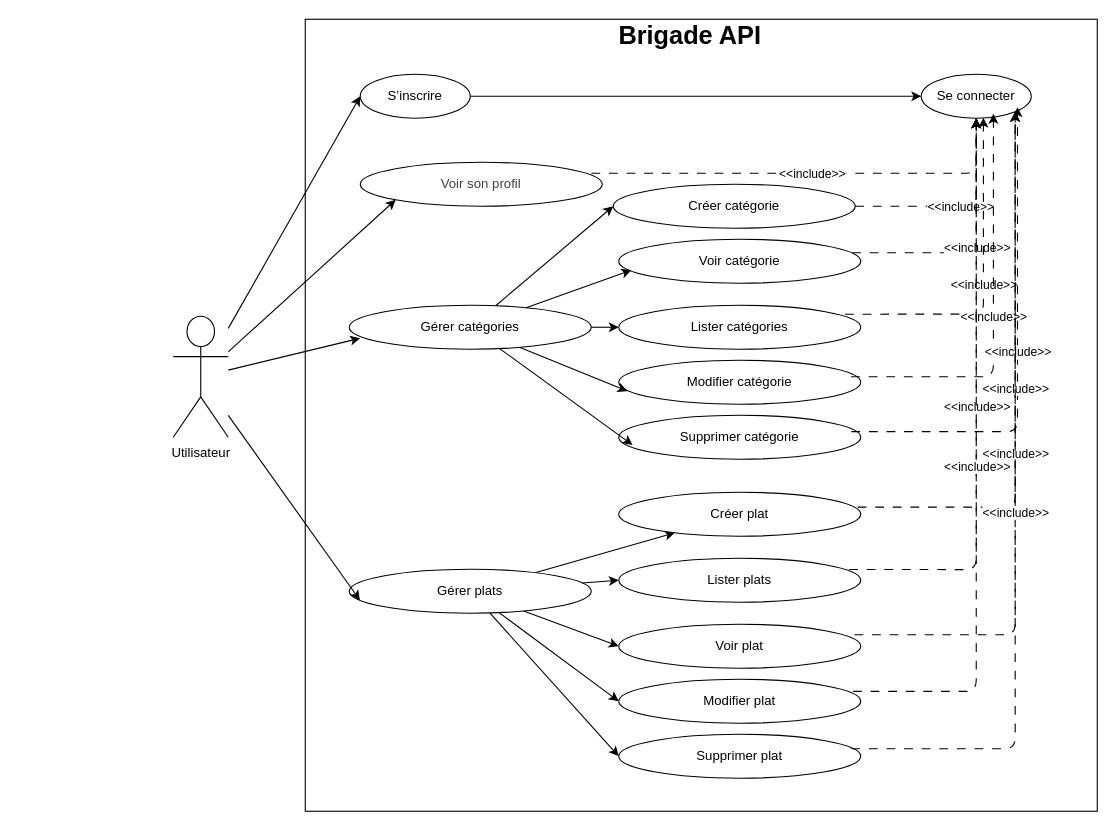
This is UseCase.drawio from khalidelyounssi/brigade-api, a draw.io file, before an edit. Source tidied: cells renumbered, new cells numbered last; positions are measured from the earlier drawing's top-left corner, leaving out a move shared by most shapes. Both pictures are drawn from the tidied source at 110%, with x=0, y=0 at pixel (173, 19).
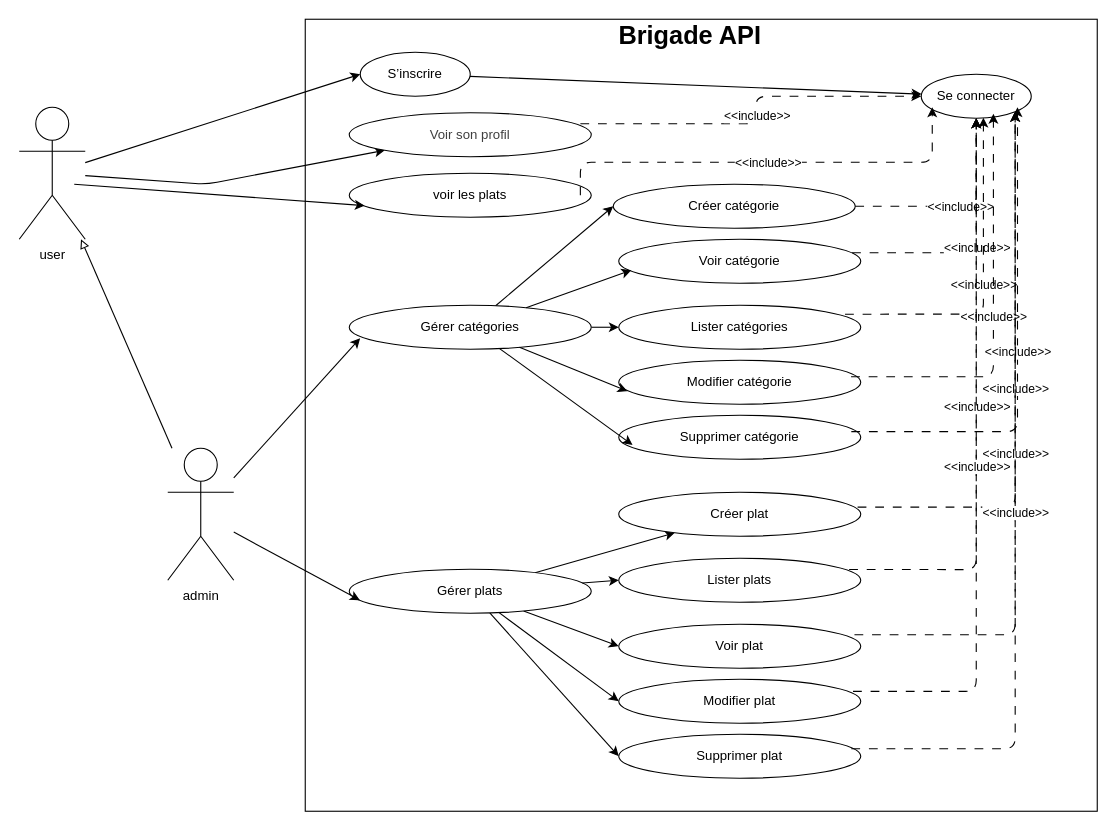
Above is the later version.

Unchanged cells that the change refers to:
```xml
<mxCell id="12" value="Gérer catégories" style="ellipse;whiteSpace=wrap;html=1;" parent="1" vertex="1">
  <mxGeometry x="160" y="260" width="220" height="40" as="geometry" />
</mxCell>
<mxCell id="21" value="Gérer plats" style="ellipse;whiteSpace=wrap;html=1;" parent="1" vertex="1">
  <mxGeometry x="160" y="500" width="220" height="40" as="geometry" />
</mxCell>
```

Change to the diagram source:
```diff
@@
-    <mxCell id="3" style="edgeStyle=none;html=1;entryX=0;entryY=1;entryDx=0;entryDy=0;" parent="1" edge="1" source="5" target="9">
-      <mxGeometry relative="1" as="geometry" />
+    <mxCell id="3" style="edgeStyle=none;html=1;entryX=0;entryY=1;entryDx=0;entryDy=0;" parent="1" edge="1" source="58" target="9">
+      <mxGeometry relative="1" as="geometry">
+        <Array as="points">
+          <mxPoint x="30" y="150" />
+        </Array>
+      </mxGeometry>
     </mxCell>
-    <mxCell id="4" style="edgeStyle=none;html=1;entryX=0;entryY=0.5;entryDx=0;entryDy=0;" parent="1" edge="1" source="5" target="7">
+    <mxCell id="4" style="edgeStyle=none;html=1;entryX=0;entryY=0.5;entryDx=0;entryDy=0;" parent="1" edge="1" source="58" target="7">
       <mxGeometry relative="1" as="geometry" />
     </mxCell>
-    <mxCell id="5" value="Utilisateur" style="shape=umlActor;verticalLabelPosition=bottom;verticalAlign=top;html=1;outlineConnect=0;" parent="1" vertex="1">
-      <mxGeometry y="270" width="50" height="110" as="geometry" />
-    </mxCell>
@@
     <mxCell id="7" value="S’inscrire" style="ellipse;whiteSpace=wrap;html=1;" parent="1" vertex="1">
-      <mxGeometry x="170" y="50" width="100" height="40" as="geometry" />
+      <mxGeometry x="170" y="30" width="100" height="40" as="geometry" />
     </mxCell>
@@
     <mxCell id="9" value="&lt;span style=&quot;color: rgb(63, 63, 63); background-color: transparent;&quot;&gt;Voir son profil&lt;/span&gt;" style="ellipse;whiteSpace=wrap;html=1;" parent="1" vertex="1">
-      <mxGeometry x="170" y="130" width="220" height="40" as="geometry" />
+      <mxGeometry x="160" y="85" width="220" height="40" as="geometry" />
     </mxCell>
@@
-    <mxCell id="32" style="edgeStyle=none;html=1;entryX=0.045;entryY=0.75;entryDx=0;entryDy=0;entryPerimeter=0;" parent="1" edge="1" source="5" target="12">
+    <mxCell id="32" style="edgeStyle=none;html=1;entryX=0.045;entryY=0.75;entryDx=0;entryDy=0;entryPerimeter=0;" parent="1" edge="1" source="57" target="12">
       <mxGeometry relative="1" as="geometry" />
     </mxCell>
-    <mxCell id="33" style="edgeStyle=none;html=1;entryX=0.044;entryY=0.703;entryDx=0;entryDy=0;entryPerimeter=0;" parent="1" edge="1" source="5" target="21">
+    <mxCell id="33" style="edgeStyle=none;html=1;entryX=0.044;entryY=0.703;entryDx=0;entryDy=0;entryPerimeter=0;" parent="1" edge="1" source="57" target="21">
       <mxGeometry relative="1" as="geometry" />
     </mxCell>
@@
+    <mxCell id="57" value="admin" style="shape=umlActor;verticalLabelPosition=bottom;verticalAlign=top;html=1;outlineConnect=0;" parent="1" vertex="1">
+      <mxGeometry x="-5" y="390" width="60" height="120" as="geometry" />
+    </mxCell>
+    <mxCell id="58" value="user" style="shape=umlActor;verticalLabelPosition=bottom;verticalAlign=top;html=1;outlineConnect=0;" parent="1" vertex="1">
+      <mxGeometry x="-140" y="80" width="60" height="120" as="geometry" />
+    </mxCell>
+    <mxCell id="59" style="edgeStyle=none;html=1;endArrow=block;endFill=0;" parent="1" edge="1" source="57" target="58">
+      <mxGeometry relative="1" as="geometry" />
+    </mxCell>
+    <mxCell id="60" value="voir les plats" style="ellipse;whiteSpace=wrap;html=1;" parent="1" vertex="1">
+      <mxGeometry x="160" y="140" width="220" height="40" as="geometry" />
+    </mxCell>
+    <mxCell id="61" style="endArrow=classic;html=1;exitX=0.955;exitY=0.5;exitDx=0;exitDy=0;exitPerimeter=0;dashed=1;dashPattern=8 8;edgeStyle=orthogonalEdgeStyle;" parent="1" edge="1" source="60">
+      <mxGeometry relative="1" as="geometry">
+        <mxPoint x="690" y="80" as="targetPoint" />
+        <Array as="points">
+          <mxPoint x="370" y="130" />
+          <mxPoint x="690" y="130" />
+        </Array>
+      </mxGeometry>
+    </mxCell>
+    <mxCell id="62" value="&amp;lt;&amp;lt;include&amp;gt;&amp;gt;" style="edgeLabel;html=1;align=center;verticalAlign=middle;" parent="61" vertex="1">
+      <mxGeometry relative="1" as="geometry" />
+    </mxCell>
+    <mxCell id="63" style="edgeStyle=none;html=1;entryX=0.064;entryY=0.736;entryDx=0;entryDy=0;entryPerimeter=0;" parent="1" edge="1" target="60">
+      <mxGeometry relative="1" as="geometry">
+        <mxPoint x="-90" y="150" as="sourcePoint" />
+      </mxGeometry>
+    </mxCell>
```
